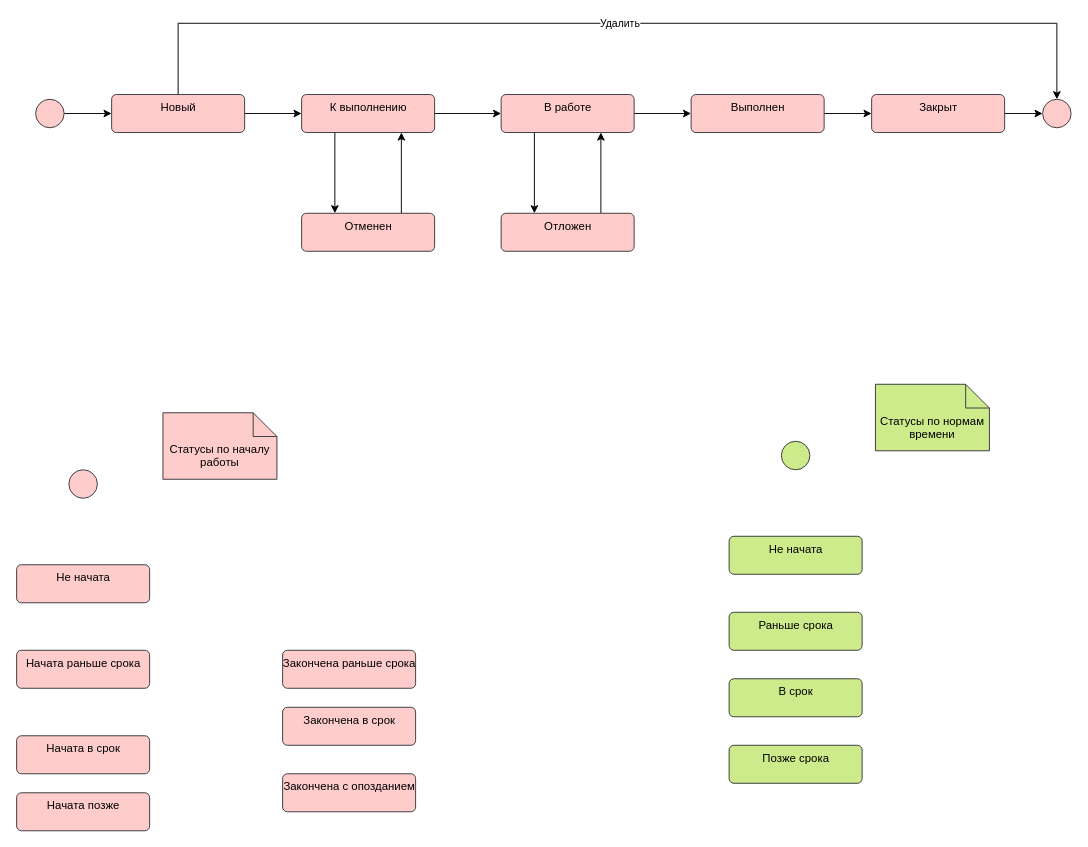
Earlier version of the draw.io diagram page "Статусы документа" (5 of 5) of maint/Рабочее задание.drawio (tvolodi-ab/ASCOA). Source tidied: cells renumbered, new cells numbered last; positions are measured from the earlier drawing's top-left corner, leaving out a move shared by most shapes. Both pictures are drawn from the tidied source at 95%, with x=0, y=0 at pixel (16, 23).
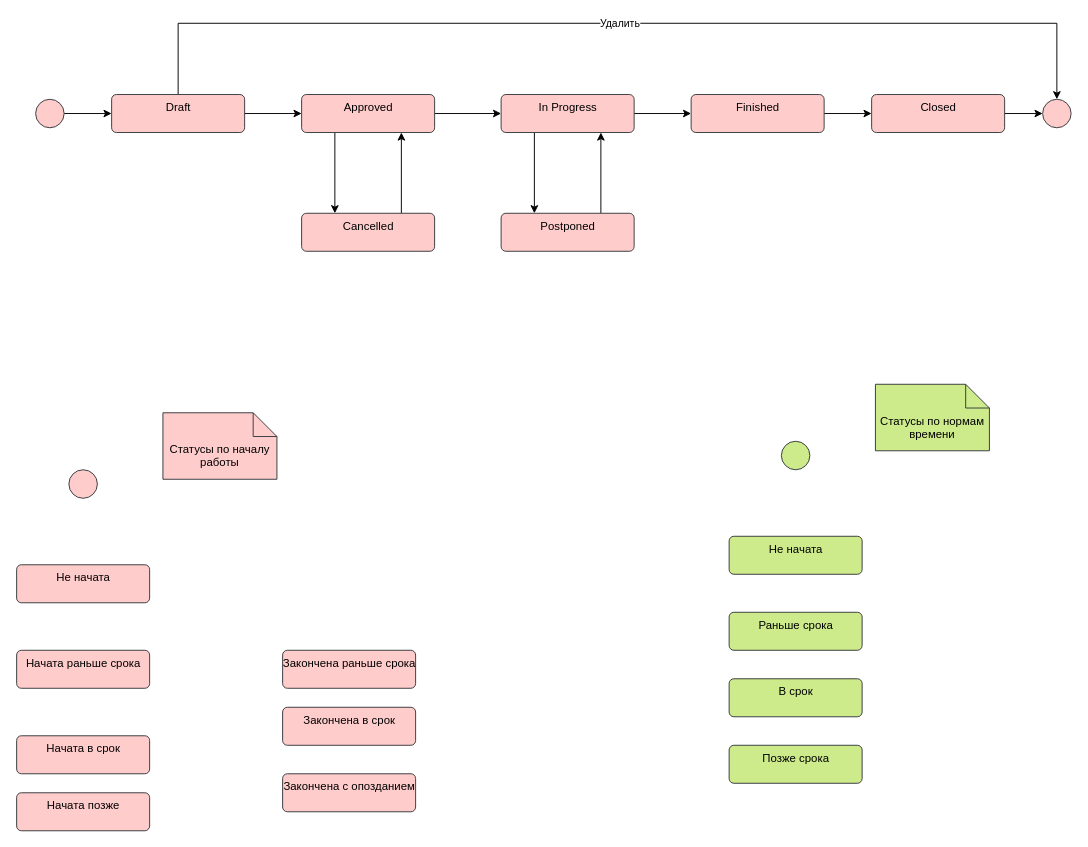
After the change.

Diff of the diagram source:
```diff
@@
-    <mxCell id="21" value="Новый" style="html=1;align=center;verticalAlign=top;rounded=1;absoluteArcSize=1;arcSize=10;dashed=0;shadow=0;labelBackgroundColor=none;labelBorderColor=none;fillColor=#ffcccc;strokeColor=#36393d;" parent="1" vertex="1">
+    <mxCell id="21" value="Draft" style="html=1;align=center;verticalAlign=top;rounded=1;absoluteArcSize=1;arcSize=10;dashed=0;shadow=0;labelBackgroundColor=none;labelBorderColor=none;fillColor=#ffcccc;strokeColor=#36393d;" parent="1" vertex="1">
       <mxGeometry x="100" y="75" width="140" height="40" as="geometry" />
     </mxCell>
@@
-    <mxCell id="24" value="К выполнению" style="html=1;align=center;verticalAlign=top;rounded=1;absoluteArcSize=1;arcSize=10;dashed=0;shadow=0;labelBackgroundColor=none;labelBorderColor=none;fillColor=#ffcccc;strokeColor=#36393d;" parent="1" vertex="1">
+    <mxCell id="24" value="Approved" style="html=1;align=center;verticalAlign=top;rounded=1;absoluteArcSize=1;arcSize=10;dashed=0;shadow=0;labelBackgroundColor=none;labelBorderColor=none;fillColor=#ffcccc;strokeColor=#36393d;" parent="1" vertex="1">
       <mxGeometry x="300" y="75" width="140" height="40" as="geometry" />
     </mxCell>
@@
-    <mxCell id="27" value="В работе" style="html=1;align=center;verticalAlign=top;rounded=1;absoluteArcSize=1;arcSize=10;dashed=0;shadow=0;labelBackgroundColor=none;labelBorderColor=none;fillColor=#ffcccc;strokeColor=#36393d;" parent="1" vertex="1">
+    <mxCell id="27" value="In Progress" style="html=1;align=center;verticalAlign=top;rounded=1;absoluteArcSize=1;arcSize=10;dashed=0;shadow=0;labelBackgroundColor=none;labelBorderColor=none;fillColor=#ffcccc;strokeColor=#36393d;" parent="1" vertex="1">
       <mxGeometry x="510" y="75" width="140" height="40" as="geometry" />
     </mxCell>
@@
-    <mxCell id="29" value="Выполнен" style="html=1;align=center;verticalAlign=top;rounded=1;absoluteArcSize=1;arcSize=10;dashed=0;shadow=0;labelBackgroundColor=none;labelBorderColor=none;fillColor=#ffcccc;strokeColor=#36393d;" parent="1" vertex="1">
+    <mxCell id="29" value="Finished" style="html=1;align=center;verticalAlign=top;rounded=1;absoluteArcSize=1;arcSize=10;dashed=0;shadow=0;labelBackgroundColor=none;labelBorderColor=none;fillColor=#ffcccc;strokeColor=#36393d;" parent="1" vertex="1">
       <mxGeometry x="710" y="75" width="140" height="40" as="geometry" />
     </mxCell>
@@
-    <mxCell id="31" value="Закрыт" style="html=1;align=center;verticalAlign=top;rounded=1;absoluteArcSize=1;arcSize=10;dashed=0;shadow=0;labelBackgroundColor=none;labelBorderColor=none;fillColor=#ffcccc;strokeColor=#36393d;" parent="1" vertex="1">
+    <mxCell id="31" value="Closed" style="html=1;align=center;verticalAlign=top;rounded=1;absoluteArcSize=1;arcSize=10;dashed=0;shadow=0;labelBackgroundColor=none;labelBorderColor=none;fillColor=#ffcccc;strokeColor=#36393d;" parent="1" vertex="1">
       <mxGeometry x="900" y="75" width="140" height="40" as="geometry" />
     </mxCell>
@@
-    <mxCell id="34" value="Отменен" style="html=1;align=center;verticalAlign=top;rounded=1;absoluteArcSize=1;arcSize=10;dashed=0;shadow=0;labelBackgroundColor=none;labelBorderColor=none;fillColor=#ffcccc;strokeColor=#36393d;" parent="1" vertex="1">
+    <mxCell id="34" value="Cancelled" style="html=1;align=center;verticalAlign=top;rounded=1;absoluteArcSize=1;arcSize=10;dashed=0;shadow=0;labelBackgroundColor=none;labelBorderColor=none;fillColor=#ffcccc;strokeColor=#36393d;" parent="1" vertex="1">
       <mxGeometry x="300" y="200" width="140" height="40" as="geometry" />
     </mxCell>
@@
-    <mxCell id="36" value="Отложен" style="html=1;align=center;verticalAlign=top;rounded=1;absoluteArcSize=1;arcSize=10;dashed=0;shadow=0;labelBackgroundColor=none;labelBorderColor=none;fillColor=#ffcccc;strokeColor=#36393d;" parent="1" vertex="1">
+    <mxCell id="36" value="Postponed" style="html=1;align=center;verticalAlign=top;rounded=1;absoluteArcSize=1;arcSize=10;dashed=0;shadow=0;labelBackgroundColor=none;labelBorderColor=none;fillColor=#ffcccc;strokeColor=#36393d;" parent="1" vertex="1">
       <mxGeometry x="510" y="200" width="140" height="40" as="geometry" />
     </mxCell>
```
